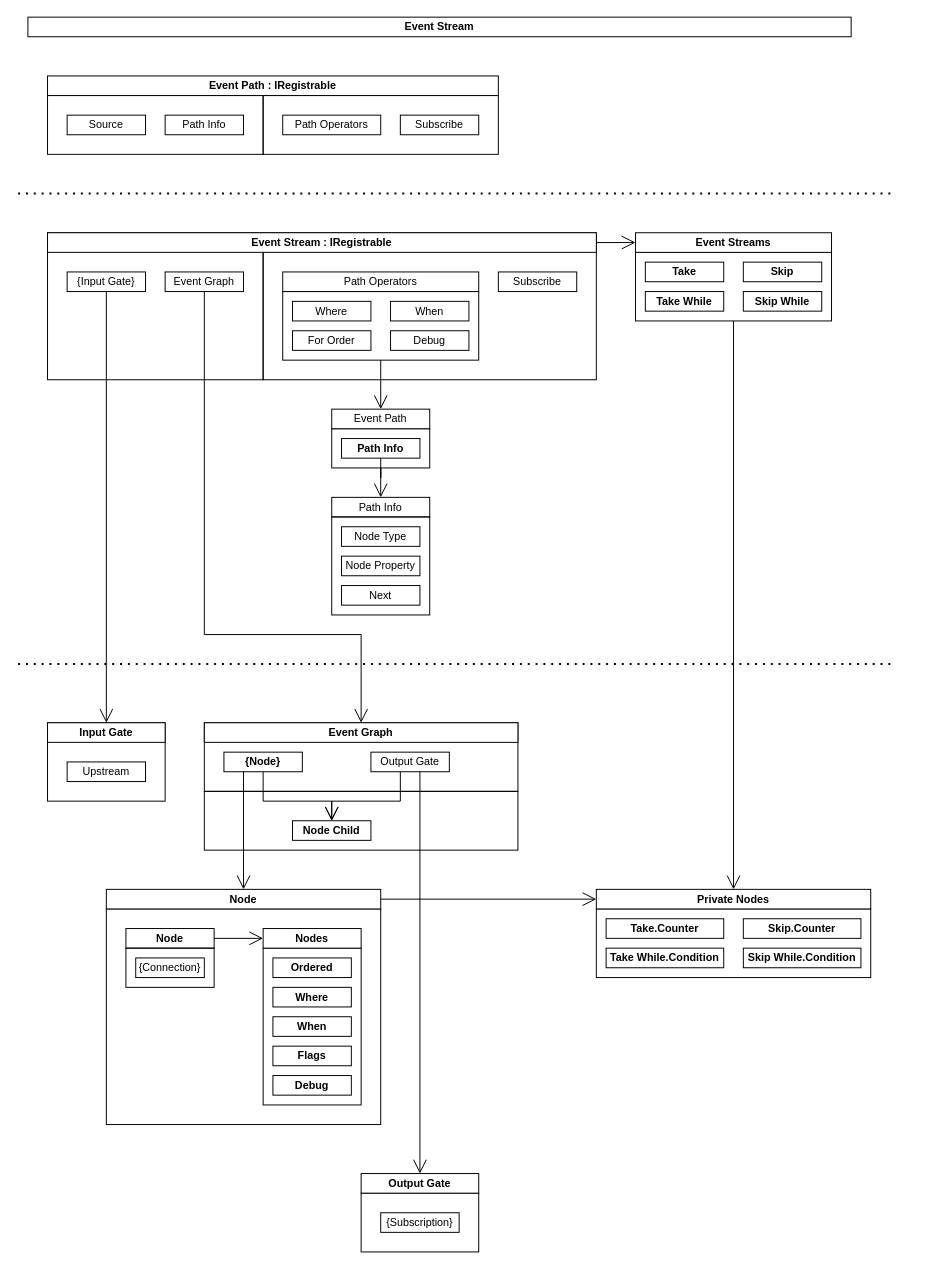
The draw.io diagram docs/02. UniEngine/02-Core/02-E.3-EventStream/Event Stream - TTC.drawio in dove-creative/uniengine, before the edit. Source tidied: cells renumbered, new cells numbered last; positions are measured from the earlier drawing's top-left corner, leaving out a move shared by most shapes. Both pictures are drawn from the tidied source at 98%, with x=0, y=0 at pixel (18, 17).
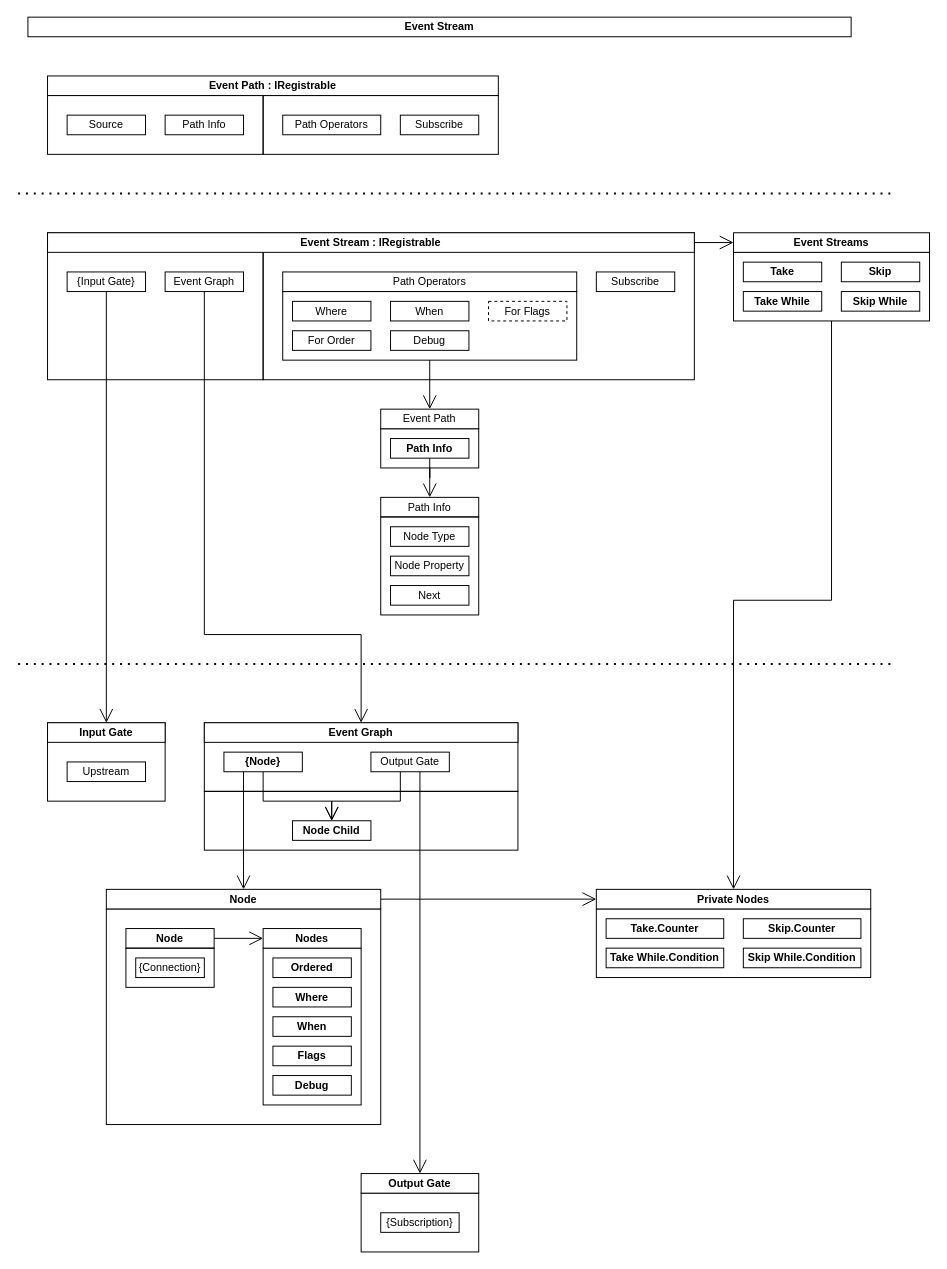
The same diagram, later.

Diff of the diagram source:
```diff
@@
+    <mxCell id="7" style="rounded=0;whiteSpace=wrap;html=1;fontFamily=Helvetica;fontSize=11;fontColor=default;labelBackgroundColor=default;fillColor=none;" parent="1" vertex="1">
+      <mxGeometry x="250" y="220" width="440" height="150" as="geometry" />
+    </mxCell>
     <mxCell id="2" style="rounded=0;whiteSpace=wrap;html=1;fontFamily=Helvetica;fontSize=11;fontColor=default;labelBackgroundColor=default;fillColor=none;" parent="1" vertex="1">
-      <mxGeometry x="270" y="280" width="200" height="70" as="geometry" />
+      <mxGeometry x="270" y="280" width="300" height="70" as="geometry" />
     </mxCell>
     <mxCell id="3" style="rounded=0;whiteSpace=wrap;html=1;fontFamily=Helvetica;fontSize=11;fontColor=default;labelBackgroundColor=default;fillColor=none;" parent="1" vertex="1">
-      <mxGeometry x="320" y="420" width="100" height="40" as="geometry" />
+      <mxGeometry x="370" y="420" width="100" height="40" as="geometry" />
     </mxCell>
@@
-    <mxCell id="7" style="rounded=0;whiteSpace=wrap;html=1;fontFamily=Helvetica;fontSize=11;fontColor=default;labelBackgroundColor=default;fillColor=none;" parent="1" vertex="1">
-      <mxGeometry x="250" y="220" width="340" height="150" as="geometry" />
-    </mxCell>
@@
     <mxCell id="10" style="rounded=0;whiteSpace=wrap;html=1;fontFamily=Helvetica;fontSize=11;fontColor=default;labelBackgroundColor=default;fillColor=none;" parent="1" vertex="1">
-      <mxGeometry x="630" y="240" width="200" height="70" as="geometry" />
+      <mxGeometry x="730" y="240" width="200" height="70" as="geometry" />
     </mxCell>
@@
-    <mxCell id="15" style="edgeStyle=orthogonalEdgeStyle;shape=connector;rounded=0;jettySize=auto;html=1;strokeColor=default;align=center;verticalAlign=middle;fontFamily=Helvetica;fontSize=11;fontColor=default;labelBackgroundColor=default;defaultLabelBackgroundColor=page;startArrow=none;startFill=0;startSize=12;endArrow=open;endFill=0;endSize=12;entryX=0;entryY=0.5;entryDx=0;entryDy=0;exitX=1;exitY=0.5;exitDx=0;exitDy=0;" parent="1" edge="1" source="57" target="47">
-      <mxGeometry relative="1" as="geometry" />
+    <mxCell id="15" style="edgeStyle=orthogonalEdgeStyle;shape=connector;rounded=0;jettySize=auto;html=1;strokeColor=default;align=center;verticalAlign=middle;fontFamily=Helvetica;fontSize=11;fontColor=default;labelBackgroundColor=default;defaultLabelBackgroundColor=page;startArrow=none;startFill=0;startSize=12;endArrow=open;endFill=0;endSize=12;entryX=0;entryY=0.5;entryDx=0;entryDy=0;exitX=1;exitY=0.5;exitDx=0;exitDy=0;" parent="1" edge="1" target="47">
+      <mxGeometry relative="1" as="geometry">
+        <mxPoint x="690" y="230" as="sourcePoint" />
+      </mxGeometry>
     </mxCell>
@@
     <mxCell id="32" value="&lt;b&gt;Take&lt;/b&gt;" style="rounded=0;whiteSpace=wrap;html=1;fontFamily=Helvetica;fontSize=11;fontColor=default;labelBackgroundColor=default;" parent="1" vertex="1">
-      <mxGeometry x="640" y="250" width="80" height="20" as="geometry" />
+      <mxGeometry x="740" y="250" width="80" height="20" as="geometry" />
     </mxCell>
     <mxCell id="33" value="&lt;b&gt;Take While&lt;/b&gt;" style="rounded=0;whiteSpace=wrap;html=1;fontFamily=Helvetica;fontSize=11;fontColor=default;labelBackgroundColor=default;" parent="1" vertex="1">
-      <mxGeometry x="640" y="280" width="80" height="20" as="geometry" />
+      <mxGeometry x="740" y="280" width="80" height="20" as="geometry" />
     </mxCell>
@@
     <mxCell id="35" value="&lt;b&gt;Skip&lt;/b&gt;" style="rounded=0;whiteSpace=wrap;html=1;fontFamily=Helvetica;fontSize=11;fontColor=default;labelBackgroundColor=default;" parent="1" vertex="1">
-      <mxGeometry x="740" y="250" width="80" height="20" as="geometry" />
+      <mxGeometry x="840" y="250" width="80" height="20" as="geometry" />
     </mxCell>
     <mxCell id="36" value="&lt;b&gt;Skip While&lt;/b&gt;" style="rounded=0;whiteSpace=wrap;html=1;fontFamily=Helvetica;fontSize=11;fontColor=default;labelBackgroundColor=default;" parent="1" vertex="1">
-      <mxGeometry x="740" y="280" width="80" height="20" as="geometry" />
+      <mxGeometry x="840" y="280" width="80" height="20" as="geometry" />
     </mxCell>
@@
     <mxCell id="47" value="&lt;div style=&quot;text-align: right;&quot;&gt;&lt;b&gt;Event Streams&lt;/b&gt;&lt;/div&gt;" style="rounded=0;whiteSpace=wrap;html=1;fontFamily=Helvetica;fontSize=11;fontColor=default;labelBackgroundColor=default;" parent="1" vertex="1">
-      <mxGeometry x="630" y="220" width="200" height="20" as="geometry" />
+      <mxGeometry x="730" y="220" width="200" height="20" as="geometry" />
     </mxCell>
@@
     <mxCell id="57" value="&lt;div style=&quot;text-align: right;&quot;&gt;&lt;b&gt;Event Stream :&amp;nbsp;&lt;/b&gt;&lt;span style=&quot;background-color: light-dark(#ffffff, var(--ge-dark-color, #121212)); color: light-dark(#000000, var(--ge-light-color, #ffffff)); text-align: center;&quot;&gt;&lt;b&gt;IRegistrable&lt;/b&gt;&lt;/span&gt;&lt;/div&gt;" style="rounded=0;whiteSpace=wrap;html=1;fontFamily=Helvetica;fontSize=11;fontColor=default;labelBackgroundColor=default;" parent="1" vertex="1">
-      <mxGeometry x="30" y="220" width="560" height="20" as="geometry" />
+      <mxGeometry x="30" y="220" width="660" height="20" as="geometry" />
     </mxCell>
     <mxCell id="58" value="Path Info" style="rounded=0;whiteSpace=wrap;html=1;fontFamily=Helvetica;fontSize=11;fontColor=default;labelBackgroundColor=default;fontStyle=0;" parent="1" vertex="1">
-      <mxGeometry x="320" y="490" width="100" height="20" as="geometry" />
+      <mxGeometry x="370" y="490" width="100" height="20" as="geometry" />
     </mxCell>
     <mxCell id="59" value="Node Type" style="rounded=0;whiteSpace=wrap;html=1;fontFamily=Helvetica;fontSize=11;fontColor=default;labelBackgroundColor=default;fontStyle=0;" parent="1" vertex="1">
-      <mxGeometry x="330" y="520" width="80" height="20" as="geometry" />
+      <mxGeometry x="380" y="520" width="80" height="20" as="geometry" />
     </mxCell>
     <mxCell id="60" value="Node Property" style="rounded=0;whiteSpace=wrap;html=1;fontFamily=Helvetica;fontSize=11;fontColor=default;labelBackgroundColor=default;fontStyle=0;" parent="1" vertex="1">
-      <mxGeometry x="330" y="550" width="80" height="20" as="geometry" />
+      <mxGeometry x="380" y="550" width="80" height="20" as="geometry" />
     </mxCell>
     <mxCell id="61" style="rounded=0;whiteSpace=wrap;html=1;fontFamily=Helvetica;fontSize=11;fontColor=default;labelBackgroundColor=default;fillColor=none;" parent="1" vertex="1">
-      <mxGeometry x="320" y="510" width="100" height="100" as="geometry" />
+      <mxGeometry x="370" y="510" width="100" height="100" as="geometry" />
     </mxCell>
     <mxCell id="62" value="Next" style="rounded=0;whiteSpace=wrap;html=1;fontFamily=Helvetica;fontSize=11;fontColor=default;labelBackgroundColor=default;fontStyle=0;" parent="1" vertex="1">
-      <mxGeometry x="330" y="580" width="80" height="20" as="geometry" />
+      <mxGeometry x="380" y="580" width="80" height="20" as="geometry" />
     </mxCell>
@@
     <mxCell id="66" value="Path Operators" style="rounded=0;whiteSpace=wrap;html=1;fontFamily=Helvetica;fontSize=11;fontColor=default;labelBackgroundColor=default;fontStyle=0;" parent="1" vertex="1">
-      <mxGeometry x="270" y="260" width="200" height="20" as="geometry" />
+      <mxGeometry x="270" y="260" width="300" height="20" as="geometry" />
     </mxCell>
     <mxCell id="67" value="Subscribe" style="rounded=0;whiteSpace=wrap;html=1;fontFamily=Helvetica;fontSize=11;fontColor=default;labelBackgroundColor=default;fontStyle=0;" parent="1" vertex="1">
-      <mxGeometry x="490" y="260" width="80" height="20" as="geometry" />
+      <mxGeometry x="590" y="260" width="80" height="20" as="geometry" />
     </mxCell>
     <mxCell id="68" value="Event Path" style="rounded=0;whiteSpace=wrap;html=1;fontFamily=Helvetica;fontSize=11;fontColor=default;labelBackgroundColor=default;fontStyle=0;" parent="1" vertex="1">
-      <mxGeometry x="320" y="400" width="100" height="20" as="geometry" />
+      <mxGeometry x="370" y="400" width="100" height="20" as="geometry" />
     </mxCell>
@@
     <mxCell id="70" value="&lt;b&gt;Path Info&lt;/b&gt;" style="rounded=0;whiteSpace=wrap;html=1;fontFamily=Helvetica;fontSize=11;fontColor=default;labelBackgroundColor=default;fontStyle=0;" parent="1" vertex="1">
-      <mxGeometry x="330" y="430" width="80" height="20" as="geometry" />
+      <mxGeometry x="380" y="430" width="80" height="20" as="geometry" />
     </mxCell>
@@
+    <mxCell id="80" value="&lt;span&gt;For Flags&lt;/span&gt;" style="rounded=0;whiteSpace=wrap;html=1;fontFamily=Helvetica;fontSize=11;fontColor=default;labelBackgroundColor=default;fontStyle=0;dashed=1;" parent="1" vertex="1">
+      <mxGeometry x="480" y="290" width="80" height="20" as="geometry" />
+    </mxCell>
```
